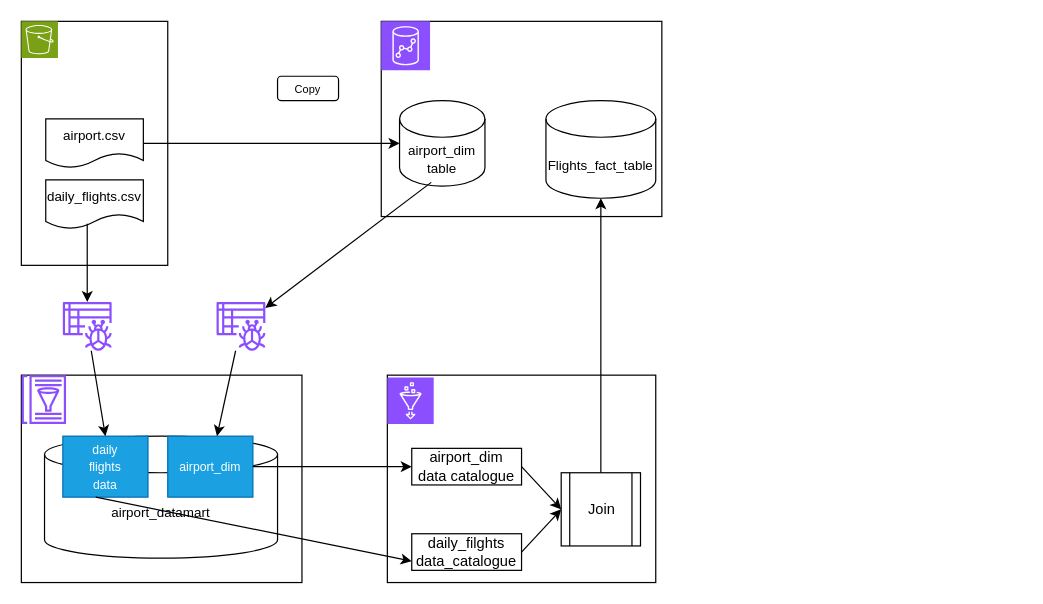
This is images/Data Ingestion Project.drawio from akhiri28/learn_aws_cloud_engineering, a draw.io file, before an edit. Source tidied: cells renumbered, new cells numbered last; positions are measured from the earlier drawing's top-left corner, leaving out a move shared by most shapes. Both pictures are drawn from the tidied source at 122%, with x=0, y=0 at pixel (21, 21).
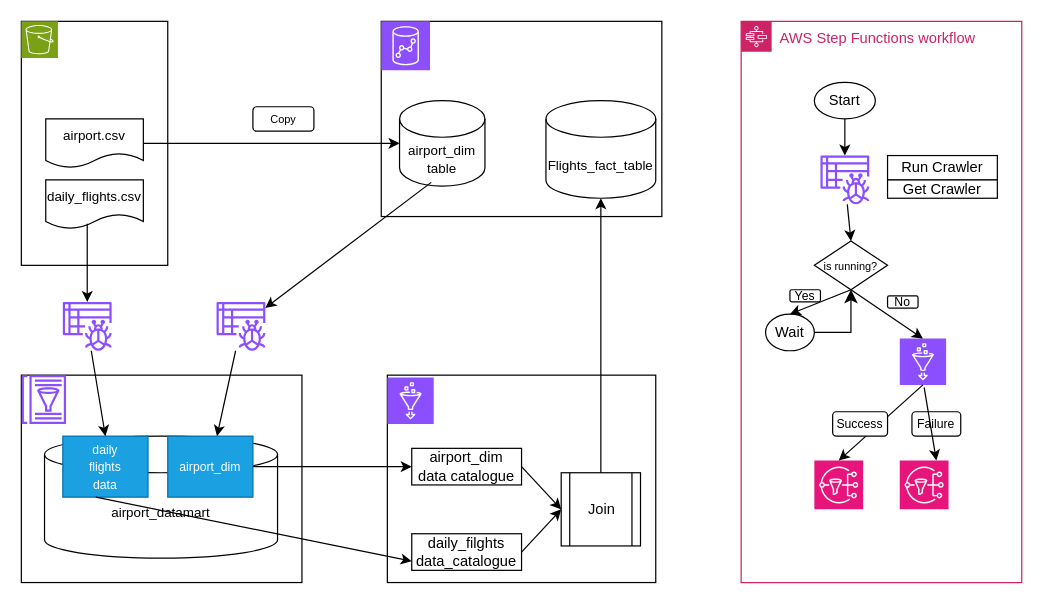
After the change.

Commit message (it also covers changes not shown here):
Modified data ingestion project diagram

Change to the diagram source:
```diff
@@
     <mxCell id="10" value="&lt;font style=&quot;font-size: 9px;&quot;&gt;Copy&lt;/font&gt;" style="rounded=1;whiteSpace=wrap;html=1;" parent="1" vertex="1">
-      <mxGeometry x="210" y="45" width="50" height="20" as="geometry" />
+      <mxGeometry x="189.8" y="70" width="50" height="20" as="geometry" />
     </mxCell>
@@
+    <mxCell id="34" value="AWS Step Functions workflow" style="gradientColor=none;html=1;whiteSpace=wrap;fontSize=12;fontStyle=0;shape=mxgraph.aws4.group;grIcon=mxgraph.aws4.group_aws_step_functions_workflow;strokeColor=#CD2264;fillColor=none;verticalAlign=top;align=left;spacingLeft=30;fontColor=#CD2264;dashed=0;" parent="1" vertex="1">
+      <mxGeometry x="590" width="230" height="460" as="geometry" />
+    </mxCell>
+    <mxCell id="35" value="Start" style="ellipse;whiteSpace=wrap;html=1;" parent="34" vertex="1">
+      <mxGeometry x="60" y="50" width="50" height="30" as="geometry" />
+    </mxCell>
+    <mxCell id="36" style="endArrow=classic;html=1;rounded=0;exitX=0.5;exitY=1;exitDx=0;exitDy=0;" parent="34" edge="1" source="35" target="37">
+      <mxGeometry relative="1" as="geometry" />
+    </mxCell>
+    <mxCell id="37" style="sketch=0;outlineConnect=0;fontColor=#232F3E;gradientColor=none;fillColor=#8C4FFF;strokeColor=none;dashed=0;verticalLabelPosition=bottom;verticalAlign=top;align=center;html=1;fontSize=12;fontStyle=0;shape=mxgraph.aws4.glue_crawlers;" parent="34" vertex="1">
+      <mxGeometry x="65" y="110" width="40" height="40" as="geometry" />
+    </mxCell>
+    <mxCell id="38" value="&lt;font style=&quot;font-size: 9px;&quot;&gt;&lt;font style=&quot;&quot;&gt;is runn&lt;/font&gt;ing?&lt;/font&gt;" style="rhombus;whiteSpace=wrap;html=1;" parent="34" vertex="1">
+      <mxGeometry x="60" y="180" width="60" height="40" as="geometry" />
+    </mxCell>
+    <mxCell id="39" value="Wait" style="ellipse;whiteSpace=wrap;html=1;" parent="34" vertex="1">
+      <mxGeometry x="20" y="240" width="40" height="30" as="geometry" />
+    </mxCell>
+    <mxCell id="40" style="sketch=0;points=[[0,0,0],[0.25,0,0],[0.5,0,0],[0.75,0,0],[1,0,0],[0,1,0],[0.25,1,0],[0.5,1,0],[0.75,1,0],[1,1,0],[0,0.25,0],[0,0.5,0],[0,0.75,0],[1,0.25,0],[1,0.5,0],[1,0.75,0]];outlineConnect=0;fontColor=#232F3E;fillColor=#8C4FFF;strokeColor=#ffffff;dashed=0;verticalLabelPosition=bottom;verticalAlign=top;align=center;html=1;fontSize=12;fontStyle=0;shape=mxgraph.aws4.resourceIcon;resIcon=mxgraph.aws4.glue;" parent="34" vertex="1">
+      <mxGeometry x="130" y="260" width="38" height="38" as="geometry" />
+    </mxCell>
+    <mxCell id="41" style="sketch=0;points=[[0,0,0],[0.25,0,0],[0.5,0,0],[0.75,0,0],[1,0,0],[0,1,0],[0.25,1,0],[0.5,1,0],[0.75,1,0],[1,1,0],[0,0.25,0],[0,0.5,0],[0,0.75,0],[1,0.25,0],[1,0.5,0],[1,0.75,0]];outlineConnect=0;fontColor=#232F3E;fillColor=#E7157B;strokeColor=#ffffff;dashed=0;verticalLabelPosition=bottom;verticalAlign=top;align=center;html=1;fontSize=12;fontStyle=0;shape=mxgraph.aws4.resourceIcon;resIcon=mxgraph.aws4.sns;" parent="34" vertex="1">
+      <mxGeometry x="130" y="360" width="40" height="40" as="geometry" />
+    </mxCell>
+    <mxCell id="42" style="sketch=0;points=[[0,0,0],[0.25,0,0],[0.5,0,0],[0.75,0,0],[1,0,0],[0,1,0],[0.25,1,0],[0.5,1,0],[0.75,1,0],[1,1,0],[0,0.25,0],[0,0.5,0],[0,0.75,0],[1,0.25,0],[1,0.5,0],[1,0.75,0]];outlineConnect=0;fontColor=#232F3E;fillColor=#E7157B;strokeColor=#ffffff;dashed=0;verticalLabelPosition=bottom;verticalAlign=top;align=center;html=1;fontSize=12;fontStyle=0;shape=mxgraph.aws4.resourceIcon;resIcon=mxgraph.aws4.sns;" parent="34" vertex="1">
+      <mxGeometry x="60" y="360" width="40" height="40" as="geometry" />
+    </mxCell>
+    <mxCell id="43" style="endArrow=classic;html=1;rounded=0;entryX=0.5;entryY=0;entryDx=0;entryDy=0;" parent="34" edge="1" source="37" target="38">
+      <mxGeometry relative="1" as="geometry" />
+    </mxCell>
+    <mxCell id="44" style="endArrow=classic;html=1;rounded=0;exitX=0.5;exitY=1;exitDx=0;exitDy=0;entryX=0.5;entryY=0;entryDx=0;entryDy=0;" parent="34" edge="1" source="38" target="39">
+      <mxGeometry relative="1" as="geometry" />
+    </mxCell>
+    <mxCell id="45" value="&lt;font size=&quot;1&quot;&gt;Yes&lt;/font&gt;" style="rounded=1;whiteSpace=wrap;html=1;" parent="34" vertex="1">
+      <mxGeometry x="40" y="220" width="25" height="10" as="geometry" />
+    </mxCell>
+    <mxCell id="46" style="edgeStyle=elbowEdgeStyle;elbow=horizontal;endArrow=classic;html=1;curved=0;rounded=0;endSize=8;startSize=8;exitX=1;exitY=0.5;exitDx=0;exitDy=0;entryX=0.5;entryY=1;entryDx=0;entryDy=0;" parent="34" edge="1" source="39" target="38">
+      <mxGeometry relative="1" as="geometry">
+        <Array as="points">
+          <mxPoint x="90" y="240" />
+        </Array>
+      </mxGeometry>
+    </mxCell>
+    <mxCell id="47" style="endArrow=classic;html=1;rounded=0;exitX=0.5;exitY=1;exitDx=0;exitDy=0;entryX=0.5;entryY=0;entryDx=0;entryDy=0;entryPerimeter=0;" parent="34" edge="1" source="38" target="40">
+      <mxGeometry relative="1" as="geometry" />
+    </mxCell>
+    <mxCell id="48" value="&lt;font size=&quot;1&quot;&gt;No&lt;/font&gt;" style="rounded=1;whiteSpace=wrap;html=1;" parent="34" vertex="1">
+      <mxGeometry x="120" y="225" width="25" height="10" as="geometry" />
+    </mxCell>
+    <mxCell id="49" style="endArrow=classic;html=1;rounded=0;exitX=0.5;exitY=1;exitDx=0;exitDy=0;exitPerimeter=0;entryX=0.5;entryY=0;entryDx=0;entryDy=0;entryPerimeter=0;" parent="34" edge="1" source="40" target="42">
+      <mxGeometry relative="1" as="geometry" />
+    </mxCell>
+    <mxCell id="50" value="&lt;font size=&quot;1&quot;&gt;Success&lt;/font&gt;" style="rounded=1;whiteSpace=wrap;html=1;" parent="34" vertex="1">
+      <mxGeometry x="75" y="320" width="45" height="20" as="geometry" />
+    </mxCell>
+    <mxCell id="51" value="&lt;font size=&quot;1&quot;&gt;Failure&lt;/font&gt;" style="rounded=1;whiteSpace=wrap;html=1;" parent="34" vertex="1">
+      <mxGeometry x="140" y="320" width="40" height="20" as="geometry" />
+    </mxCell>
+    <mxCell id="52" value="Run Crawler" style="rounded=0;whiteSpace=wrap;html=1;" parent="34" vertex="1">
+      <mxGeometry x="120" y="110" width="90" height="20" as="geometry" />
+    </mxCell>
+    <mxCell id="53" value="Get Crawler" style="rounded=0;whiteSpace=wrap;html=1;" parent="34" vertex="1">
+      <mxGeometry x="120" y="130" width="90" height="15" as="geometry" />
+    </mxCell>
+    <mxCell id="54" style="endArrow=classic;html=1;rounded=0;entryX=0.75;entryY=0;entryDx=0;entryDy=0;entryPerimeter=0;" parent="1" edge="1" target="41">
+      <mxGeometry relative="1" as="geometry">
+        <mxPoint x="740" y="300" as="sourcePoint" />
+      </mxGeometry>
+    </mxCell>
```
